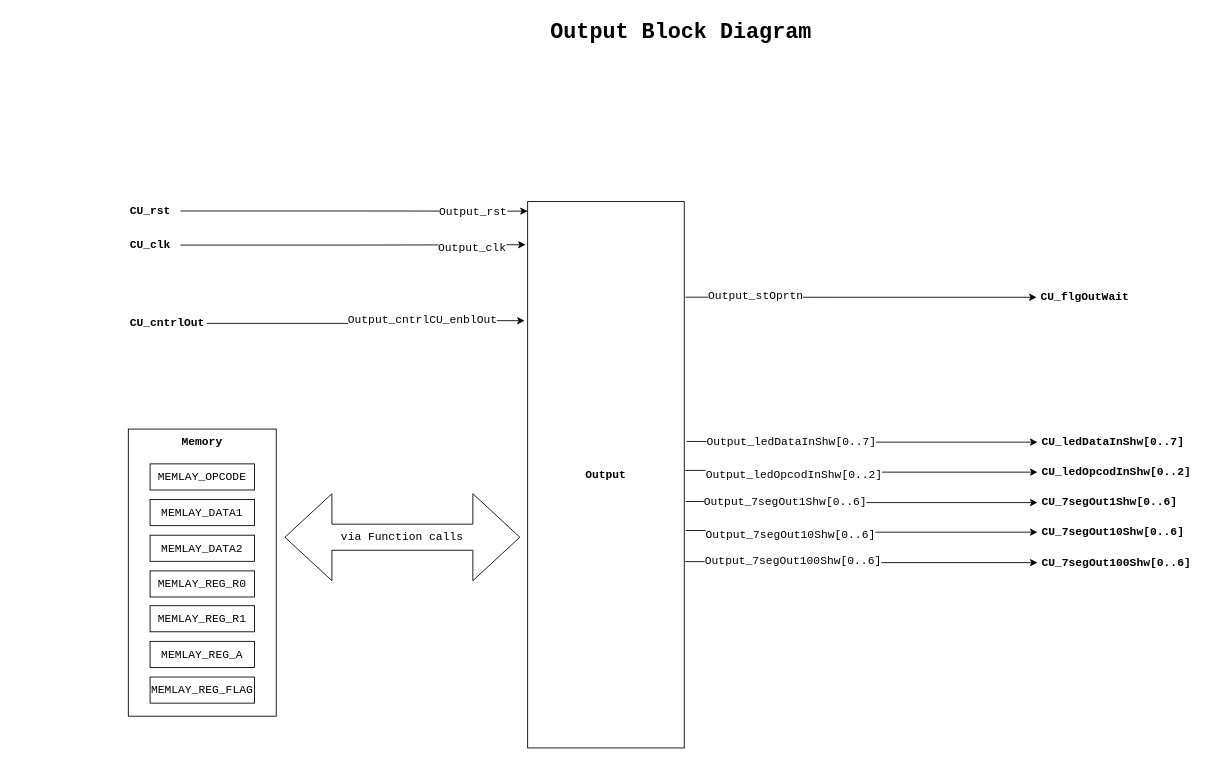
Before: page "Output_BD" (5 of 8) of 04_ControlUnit_v1/CPU_Design.drawio in Vichu95/Basic_CPU_FPGA, a draw.io diagram. Source tidied: cells renumbered, new cells numbered last; positions are measured from the earlier drawing's top-left corner, leaving out a move shared by most shapes. Both pictures are drawn from the tidied source at 87%, with x=0, y=0 at pixel (128, 15).
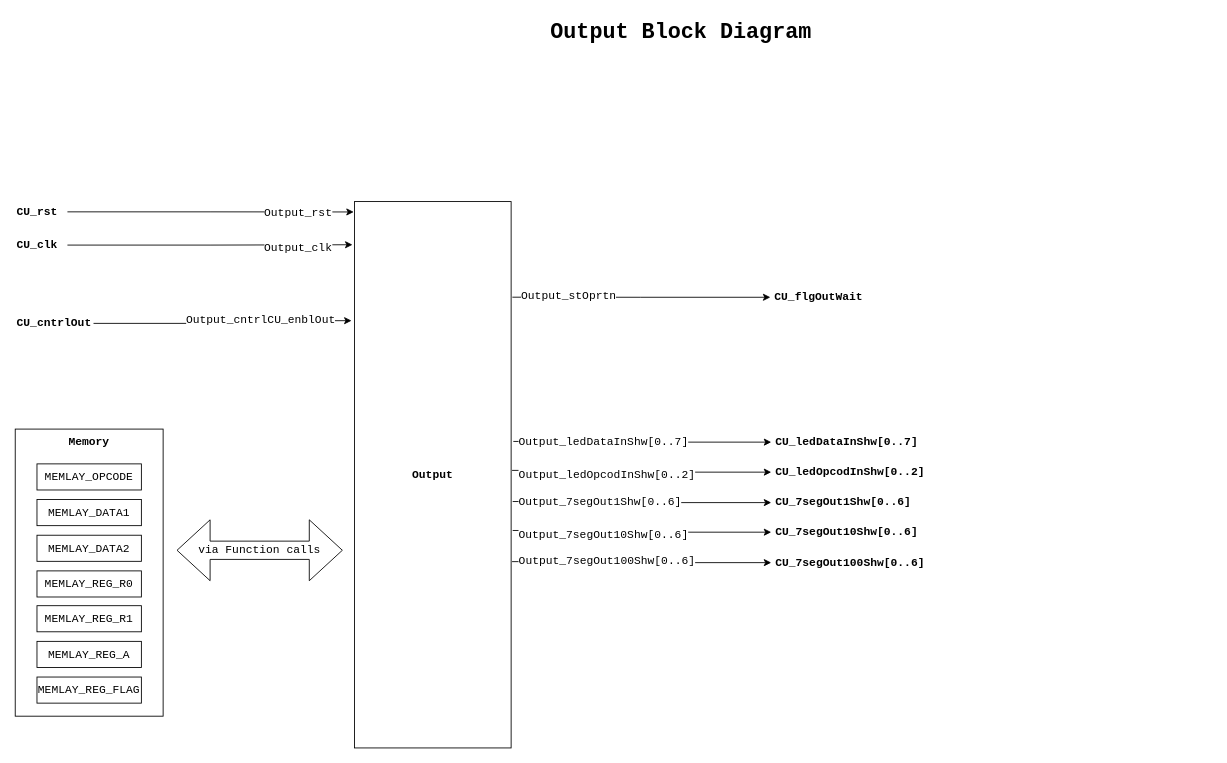
The same page after the edit.

The change refers to these unchanged cells:
```xml
<mxCell id="7" style="edgeStyle=orthogonalEdgeStyle;rounded=0;jettySize=auto;html=1;entryX=1.014;entryY=0.439;entryDx=0;entryDy=0;entryPerimeter=0;fontFamily=Courier New;fontSize=13;fontColor=#000000;startArrow=classic;startFill=1;endArrow=none;endFill=0;" parent="1" edge="1" source="9" target="3">
  <mxGeometry relative="1" as="geometry" />
</mxCell>
<mxCell id="10" style="edgeStyle=orthogonalEdgeStyle;rounded=0;jettySize=auto;html=1;fontFamily=Courier New;fontSize=13;fontColor=#000000;startArrow=classic;startFill=1;endArrow=none;endFill=0;entryX=1.006;entryY=0.492;entryDx=0;entryDy=0;entryPerimeter=0;" parent="1" edge="1" source="12" target="3">
  <mxGeometry relative="1" as="geometry" />
</mxCell>
<mxCell id="13" style="edgeStyle=orthogonalEdgeStyle;rounded=0;jettySize=auto;html=1;entryX=1.01;entryY=0.549;entryDx=0;entryDy=0;entryPerimeter=0;fontFamily=Courier New;fontSize=13;fontColor=#000000;startArrow=classic;startFill=1;endArrow=none;endFill=0;" parent="1" edge="1" source="15" target="3">
  <mxGeometry relative="1" as="geometry" />
</mxCell>
<mxCell id="16" style="edgeStyle=orthogonalEdgeStyle;rounded=0;jettySize=auto;html=1;entryX=-0.013;entryY=0.079;entryDx=0;entryDy=0;entryPerimeter=0;fontFamily=Courier New;fontSize=13;fontColor=#000000;" parent="1" edge="1" source="18" target="3">
  <mxGeometry relative="1" as="geometry" />
</mxCell>
<mxCell id="19" style="edgeStyle=orthogonalEdgeStyle;rounded=0;jettySize=auto;html=1;entryX=1.01;entryY=0.602;entryDx=0;entryDy=0;entryPerimeter=0;fontFamily=Courier New;fontSize=13;fontColor=#000000;startArrow=classic;startFill=1;endArrow=none;endFill=0;" parent="1" edge="1" source="21" target="3">
  <mxGeometry relative="1" as="geometry" />
</mxCell>
<mxCell id="22" style="edgeStyle=orthogonalEdgeStyle;rounded=0;jettySize=auto;html=1;entryX=1.006;entryY=0.659;entryDx=0;entryDy=0;entryPerimeter=0;fontFamily=Courier New;fontSize=13;fontColor=#000000;startArrow=classic;startFill=1;endArrow=none;endFill=0;" parent="1" edge="1" source="24" target="3">
  <mxGeometry relative="1" as="geometry" />
</mxCell>
<mxCell id="25" style="edgeStyle=orthogonalEdgeStyle;rounded=0;jettySize=auto;html=1;entryX=-0.019;entryY=0.218;entryDx=0;entryDy=0;entryPerimeter=0;fontFamily=Courier New;fontSize=13;fontColor=#000000;startArrow=none;startFill=0;endArrow=classic;endFill=1;" parent="1" edge="1" source="27" target="3">
  <mxGeometry relative="1" as="geometry" />
</mxCell>
<mxCell id="28" style="edgeStyle=orthogonalEdgeStyle;rounded=0;jettySize=auto;html=1;entryX=1.008;entryY=0.175;entryDx=0;entryDy=0;entryPerimeter=0;fontFamily=Courier New;fontSize=13;fontColor=#000000;startArrow=classic;startFill=1;endArrow=none;endFill=0;" parent="1" edge="1" source="30" target="3">
  <mxGeometry relative="1" as="geometry" />
</mxCell>
```

What changed in the source:
```diff
@@
     <mxCell id="3" value="&lt;b&gt;&lt;font style=&quot;font-size: 13px;&quot;&gt;Output&lt;/font&gt;&lt;/b&gt;" style="rounded=0;whiteSpace=wrap;html=1;fontFamily=Courier New;fontSize=11;" parent="1" vertex="1">
-      <mxGeometry x="459" y="214.2" width="180" height="628" as="geometry" />
+      <mxGeometry x="260" y="214.2" width="180" height="628" as="geometry" />
     </mxCell>
-    <mxCell id="4" style="edgeStyle=orthogonalEdgeStyle;rounded=0;jettySize=auto;html=1;fontFamily=Courier New;fontSize=13;fontColor=#0000FF;" parent="1" edge="1" source="6">
-      <mxGeometry relative="1" as="geometry">
-        <mxPoint x="459" y="225.2" as="targetPoint" />
-      </mxGeometry>
+    <mxCell id="4" style="edgeStyle=orthogonalEdgeStyle;rounded=0;jettySize=auto;html=1;fontFamily=Courier New;fontSize=13;fontColor=#0000FF;entryX=-0.005;entryY=0.019;entryDx=0;entryDy=0;entryPerimeter=0;" parent="1" edge="1" source="6" target="3">
+      <mxGeometry relative="1" as="geometry" />
     </mxCell>
     <mxCell id="5" value="Output_rst" style="edgeLabel;html=1;align=center;verticalAlign=middle;fontSize=13;fontFamily=Courier New;fontColor=#000000;" parent="4" vertex="1">
-      <mxGeometry x="0.68" relative="1" as="geometry" />
+      <mxGeometry x="0.68" relative="1" as="geometry">
+        <mxPoint x="-12" as="offset" />
+      </mxGeometry>
     </mxCell>
     <mxCell id="6" value="CU_rst" style="text;html=1;align=left;verticalAlign=middle;points=[];strokeColor=none;fillColor=none;fontStyle=1;labelBackgroundColor=none;fontColor=#000000;fontSize=13;fontFamily=Courier New;spacing=2;spacingRight=-13;" parent="1" vertex="1">
-      <mxGeometry y="210" width="60" height="30" as="geometry" />
+      <mxGeometry x="-130" y="211" width="60" height="30" as="geometry" />
     </mxCell>
@@
     <mxCell id="8" value="Output_ledDataInShw[0..7]" style="edgeLabel;html=1;align=center;verticalAlign=middle;fontSize=13;fontFamily=Courier New;fontColor=#000000;" parent="7" vertex="1">
       <mxGeometry x="0.56" y="1" relative="1" as="geometry">
-        <mxPoint x="31" as="offset" />
+        <mxPoint x="38" as="offset" />
       </mxGeometry>
     </mxCell>
     <mxCell id="9" value="CU_ledDataInShw[0..7]" style="text;html=1;align=left;verticalAlign=middle;points=[];strokeColor=none;fillColor=none;fontStyle=1;labelBackgroundColor=none;fontColor=#000000;fontSize=13;fontFamily=Courier New;spacingLeft=3;" parent="1" vertex="1">
-      <mxGeometry x="1045" y="475.7" width="190" height="30" as="geometry" />
+      <mxGeometry x="739" y="475.7" width="190" height="30" as="geometry" />
     </mxCell>
@@
     <mxCell id="11" value="Output_ledOpcodInShw[0..2]" style="edgeLabel;html=1;align=center;verticalAlign=middle;fontSize=13;fontFamily=Courier New;fontColor=#000000;" parent="10" vertex="1">
       <mxGeometry x="0.67" y="4" relative="1" as="geometry">
-        <mxPoint x="58" as="offset" />
+        <mxPoint x="59" as="offset" />
       </mxGeometry>
     </mxCell>
     <mxCell id="12" value="CU_ledOpcodInShw[0..2]" style="text;html=1;align=left;verticalAlign=middle;points=[];strokeColor=none;fillColor=none;fontStyle=1;labelBackgroundColor=none;fontColor=#000000;fontSize=13;fontFamily=Courier New;spacingLeft=3;" parent="1" vertex="1">
-      <mxGeometry x="1045" y="510.2" width="200" height="30" as="geometry" />
+      <mxGeometry x="739" y="510.2" width="200" height="30" as="geometry" />
     </mxCell>
@@
     <mxCell id="14" value="Output_7segOut1Shw[0..6]" style="edgeLabel;html=1;align=center;verticalAlign=middle;fontSize=13;fontFamily=Courier New;fontColor=#000000;" parent="13" vertex="1">
       <mxGeometry x="0.75" y="-1" relative="1" as="geometry">
-        <mxPoint x="63" y="2" as="offset" />
+        <mxPoint x="62" y="2" as="offset" />
       </mxGeometry>
     </mxCell>
     <mxCell id="15" value="CU_7segOut1Shw[0..6]" style="text;html=1;align=left;verticalAlign=middle;points=[];strokeColor=none;fillColor=none;fontStyle=1;labelBackgroundColor=none;fontColor=#000000;fontSize=13;fontFamily=Courier New;spacingLeft=3;" parent="1" vertex="1">
-      <mxGeometry x="1045" y="545.2" width="180" height="30" as="geometry" />
+      <mxGeometry x="739" y="545.2" width="180" height="30" as="geometry" />
     </mxCell>
@@
     <mxCell id="17" value="Output_clk" style="edgeLabel;html=1;align=center;verticalAlign=middle;fontSize=13;fontFamily=Courier New;fontColor=#000000;" parent="16" vertex="1">
       <mxGeometry x="0.67" y="-4" relative="1" as="geometry">
-        <mxPoint x="3" as="offset" />
+        <mxPoint x="-9" as="offset" />
       </mxGeometry>
     </mxCell>
     <mxCell id="18" value="CU_clk" style="text;html=1;align=left;verticalAlign=middle;points=[];strokeColor=none;fillColor=none;fontStyle=1;labelBackgroundColor=none;fontColor=#000000;fontSize=13;fontFamily=Courier New;spacing=2;spacingRight=-13;" parent="1" vertex="1">
-      <mxGeometry y="249.2" width="60" height="30" as="geometry" />
+      <mxGeometry x="-130" y="249.2" width="60" height="30" as="geometry" />
     </mxCell>
@@
     <mxCell id="20" value="Output_7segOut10Shw[0..6]" style="edgeLabel;html=1;align=center;verticalAlign=middle;fontSize=13;fontFamily=Courier New;fontColor=#000000;" parent="19" vertex="1">
       <mxGeometry x="0.31" y="4" relative="1" as="geometry">
-        <mxPoint x="-20" as="offset" />
+        <mxPoint x="1" as="offset" />
       </mxGeometry>
     </mxCell>
     <mxCell id="21" value="CU_7segOut10Shw[0..6]" style="text;html=1;align=left;verticalAlign=middle;points=[];strokeColor=none;fillColor=none;fontStyle=1;labelBackgroundColor=none;fontColor=#000000;fontSize=13;fontFamily=Courier New;spacingLeft=3;" parent="1" vertex="1">
-      <mxGeometry x="1045" y="579.2" width="190" height="30" as="geometry" />
+      <mxGeometry x="739" y="579.2" width="190" height="30" as="geometry" />
     </mxCell>
@@
     <mxCell id="23" value="Output_7segOut100Shw[0..6]" style="edgeLabel;html=1;align=center;verticalAlign=middle;fontSize=13;fontFamily=Courier New;fontColor=#000000;" parent="22" vertex="1">
       <mxGeometry x="0.62" y="-2" relative="1" as="geometry">
-        <mxPoint x="46" as="offset" />
+        <mxPoint x="51" as="offset" />
       </mxGeometry>
     </mxCell>
     <mxCell id="24" value="CU_7segOut100Shw[0..6]" style="text;html=1;align=left;verticalAlign=middle;points=[];strokeColor=none;fillColor=none;fontStyle=1;labelBackgroundColor=none;fontColor=#000000;fontSize=13;fontFamily=Courier New;spacingLeft=3;" parent="1" vertex="1">
-      <mxGeometry x="1045" y="614.2" width="200" height="30" as="geometry" />
+      <mxGeometry x="739" y="614.2" width="200" height="30" as="geometry" />
     </mxCell>
@@
     <mxCell id="26" value="Output_cntrlCU_enblOut" style="edgeLabel;html=1;align=center;verticalAlign=middle;fontSize=13;fontFamily=Courier New;fontColor=#000000;" parent="25" vertex="1">
       <mxGeometry x="0.46" y="2" relative="1" as="geometry">
-        <mxPoint x="-18" as="offset" />
+        <mxPoint x="-24" as="offset" />
       </mxGeometry>
     </mxCell>
     <mxCell id="27" value="CU_cntrlOut" style="text;html=1;align=left;verticalAlign=middle;points=[];strokeColor=none;fillColor=none;fontStyle=1;labelBackgroundColor=none;fontColor=#000000;fontSize=13;fontFamily=Courier New;spacing=2;spacingRight=-13;" parent="1" vertex="1">
-      <mxGeometry y="339.2" width="90" height="30" as="geometry" />
+      <mxGeometry x="-130" y="339.2" width="90" height="30" as="geometry" />
     </mxCell>
@@
     <mxCell id="29" value="Output_stOprtn" style="edgeLabel;html=1;align=center;verticalAlign=middle;fontSize=13;fontFamily=Courier New;fontColor=#000000;" parent="28" vertex="1">
       <mxGeometry x="0.63" y="-2" relative="1" as="geometry">
-        <mxPoint x="5" as="offset" />
+        <mxPoint x="9" as="offset" />
       </mxGeometry>
     </mxCell>
     <mxCell id="30" value="CU_flgOutWait" style="text;html=1;align=left;verticalAlign=middle;points=[];strokeColor=none;fillColor=none;fontStyle=1;labelBackgroundColor=none;fontColor=#000000;fontSize=13;fontFamily=Courier New;spacingLeft=3;" parent="1" vertex="1">
-      <mxGeometry x="1044" y="309.2" width="130" height="30" as="geometry" />
+      <mxGeometry x="738" y="309.2" width="130" height="30" as="geometry" />
     </mxCell>
     <mxCell id="31" style="group;" parent="1" vertex="1">
-      <mxGeometry y="475.7" width="170" height="330" as="geometry" />
+      <mxGeometry x="-130" y="475.7" width="170" height="330" as="geometry" />
     </mxCell>
@@
     <mxCell id="40" value="via Function calls" style="shape=doubleArrow;whiteSpace=wrap;html=1;labelBackgroundColor=none;fontFamily=Courier New;fontSize=13;fontColor=#000000;rotation=0;" parent="1" vertex="1">
-      <mxGeometry x="180" y="550" width="270" height="100" as="geometry" />
+      <mxGeometry x="56" y="580" width="190" height="70" as="geometry" />
     </mxCell>
```
